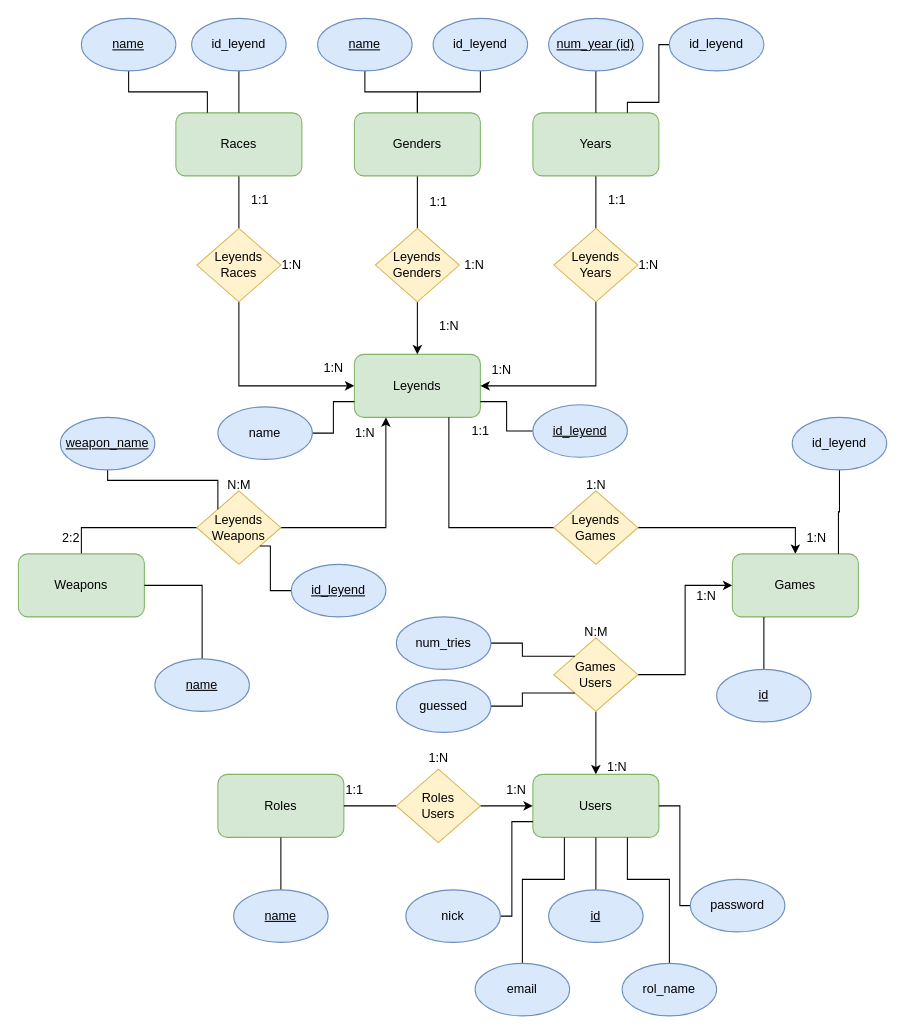
The draw.io diagram SQL/Diagram/Entity–relationship.drawio in Angel-L-G/Brawdle, before the edit. Source tidied: cells renumbered, new cells numbered last; positions are measured from the earlier drawing's top-left corner, leaving out a move shared by most shapes. Both pictures are drawn from the tidied source at 105%, with x=0, y=0 at pixel (18, 18).
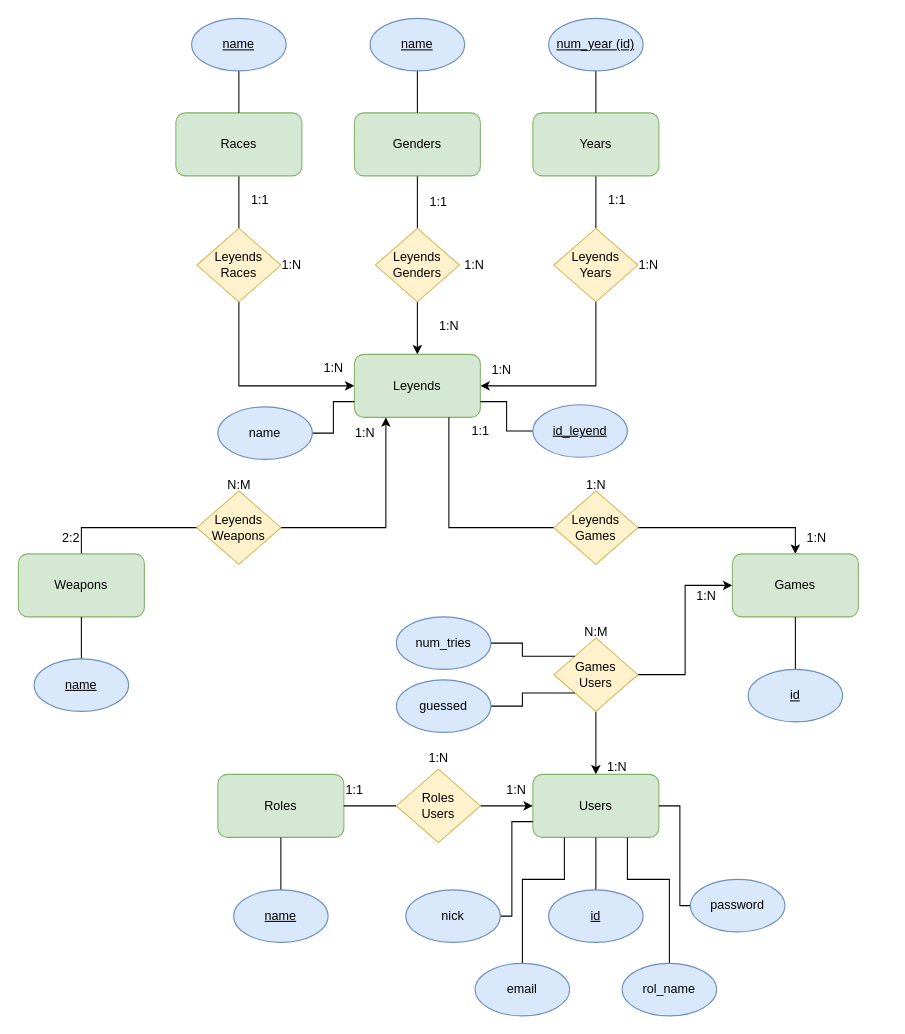
The same page after the edit.

The change refers to these unchanged cells:
```xml
<mxCell id="8" value="Genders" style="rounded=1;whiteSpace=wrap;html=1;fillColor=#d5e8d4;strokeColor=#82b366;" parent="1" vertex="1">
  <mxGeometry x="320" y="90" width="120" height="60" as="geometry" />
</mxCell>
<mxCell id="14" value="Races" style="rounded=1;whiteSpace=wrap;html=1;fillColor=#d5e8d4;strokeColor=#82b366;" parent="1" vertex="1">
  <mxGeometry x="150" y="90" width="120" height="60" as="geometry" />
</mxCell>
<mxCell id="21" value="Years" style="rounded=1;whiteSpace=wrap;html=1;fillColor=#d5e8d4;strokeColor=#82b366;" parent="1" vertex="1">
  <mxGeometry x="490" y="90" width="120" height="60" as="geometry" />
</mxCell>
<mxCell id="27" value="Leyends&lt;br&gt;Weapons" style="rhombus;whiteSpace=wrap;html=1;fillColor=#fff2cc;strokeColor=#d6b656;" parent="1" vertex="1">
  <mxGeometry x="170" y="450" width="80" height="70" as="geometry" />
</mxCell>
<mxCell id="28" value="Weapons" style="rounded=1;whiteSpace=wrap;html=1;fillColor=#d5e8d4;strokeColor=#82b366;" parent="1" vertex="1">
  <mxGeometry y="510" width="120" height="60" as="geometry" />
</mxCell>
<mxCell id="35" value="Games" style="rounded=1;whiteSpace=wrap;html=1;fillColor=#d5e8d4;strokeColor=#82b366;" parent="1" vertex="1">
  <mxGeometry x="680" y="510" width="120" height="60" as="geometry" />
</mxCell>
```

Change to the diagram source:
```diff
@@
-    <mxCell id="7" style="edgeStyle=orthogonalEdgeStyle;rounded=0;jettySize=auto;html=1;endArrow=none;endFill=0;" parent="1" edge="1" source="8" target="58">
-      <mxGeometry relative="1" as="geometry" />
-    </mxCell>
@@
-    <mxCell id="54" style="edgeStyle=orthogonalEdgeStyle;rounded=0;jettySize=auto;html=1;entryX=0.75;entryY=0;entryDx=0;entryDy=0;endArrow=none;endFill=0;" parent="1" edge="1" source="55" target="21">
-      <mxGeometry relative="1" as="geometry">
-        <Array as="points">
-          <mxPoint x="610" y="25" />
-          <mxPoint x="610" y="80" />
-          <mxPoint x="580" y="80" />
-        </Array>
-      </mxGeometry>
-    </mxCell>
-    <mxCell id="55" value="id_leyend" style="ellipse;whiteSpace=wrap;html=1;fillColor=#dae8fc;strokeColor=#6c8ebf;" parent="1" vertex="1">
-      <mxGeometry x="620" width="90" height="50" as="geometry" />
-    </mxCell>
@@
     <mxCell id="57" value="&lt;u&gt;name&lt;/u&gt;" style="ellipse;whiteSpace=wrap;html=1;fillColor=#dae8fc;strokeColor=#6c8ebf;" parent="1" vertex="1">
-      <mxGeometry x="285" width="90" height="50" as="geometry" />
+      <mxGeometry x="335" width="90" height="50" as="geometry" />
     </mxCell>
-    <mxCell id="58" value="id_leyend" style="ellipse;whiteSpace=wrap;html=1;fillColor=#dae8fc;strokeColor=#6c8ebf;" parent="1" vertex="1">
-      <mxGeometry x="395" width="90" height="50" as="geometry" />
-    </mxCell>
-    <mxCell id="59" style="edgeStyle=orthogonalEdgeStyle;rounded=0;jettySize=auto;html=1;entryX=0.25;entryY=0;entryDx=0;entryDy=0;endArrow=none;endFill=0;" parent="1" edge="1" source="60" target="14">
+    <mxCell id="59" style="edgeStyle=orthogonalEdgeStyle;rounded=0;jettySize=auto;html=1;endArrow=none;endFill=0;" parent="1" edge="1" source="60" target="14">
       <mxGeometry relative="1" as="geometry" />
     </mxCell>
     <mxCell id="60" value="&lt;u&gt;name&lt;/u&gt;" style="ellipse;whiteSpace=wrap;html=1;fillColor=#dae8fc;strokeColor=#6c8ebf;" parent="1" vertex="1">
-      <mxGeometry x="60" width="90" height="50" as="geometry" />
+      <mxGeometry x="165" width="90" height="50" as="geometry" />
     </mxCell>
-    <mxCell id="61" style="edgeStyle=orthogonalEdgeStyle;rounded=0;jettySize=auto;html=1;endArrow=none;endFill=0;" parent="1" edge="1" source="62" target="14">
-      <mxGeometry relative="1" as="geometry" />
-    </mxCell>
-    <mxCell id="62" value="id_leyend" style="ellipse;whiteSpace=wrap;html=1;fillColor=#dae8fc;strokeColor=#6c8ebf;" parent="1" vertex="1">
-      <mxGeometry x="165" width="90" height="50" as="geometry" />
-    </mxCell>
@@
-    <mxCell id="68" style="edgeStyle=orthogonalEdgeStyle;rounded=0;jettySize=auto;html=1;entryX=1;entryY=0.5;entryDx=0;entryDy=0;exitX=0.5;exitY=0;exitDx=0;exitDy=0;endArrow=none;endFill=0;" parent="1" edge="1" source="69" target="28">
+    <mxCell id="68" style="edgeStyle=orthogonalEdgeStyle;rounded=0;jettySize=auto;html=1;exitX=0.5;exitY=0;exitDx=0;exitDy=0;endArrow=none;endFill=0;" parent="1" edge="1" source="69" target="28">
       <mxGeometry relative="1" as="geometry" />
     </mxCell>
     <mxCell id="69" value="&lt;u&gt;name&lt;/u&gt;" style="ellipse;whiteSpace=wrap;html=1;fillColor=#dae8fc;strokeColor=#6c8ebf;" parent="1" vertex="1">
-      <mxGeometry x="130" y="610" width="90" height="50" as="geometry" />
+      <mxGeometry x="15" y="610" width="90" height="50" as="geometry" />
     </mxCell>
-    <mxCell id="70" style="edgeStyle=orthogonalEdgeStyle;rounded=0;jettySize=auto;html=1;entryX=0.842;entryY=0;entryDx=0;entryDy=0;entryPerimeter=0;endArrow=none;endFill=0;" parent="1" edge="1" source="71" target="35">
-      <mxGeometry relative="1" as="geometry" />
-    </mxCell>
-    <mxCell id="71" value="id_leyend" style="ellipse;whiteSpace=wrap;html=1;fillColor=#dae8fc;strokeColor=#6c8ebf;" parent="1" vertex="1">
-      <mxGeometry x="737" y="380" width="90" height="50" as="geometry" />
-    </mxCell>
-    <mxCell id="72" style="edgeStyle=orthogonalEdgeStyle;rounded=0;jettySize=auto;html=1;entryX=0.25;entryY=1;entryDx=0;entryDy=0;endArrow=none;endFill=0;" parent="1" edge="1" source="73" target="35">
+    <mxCell id="72" style="edgeStyle=orthogonalEdgeStyle;rounded=0;jettySize=auto;html=1;endArrow=none;endFill=0;" parent="1" edge="1" source="73" target="35">
       <mxGeometry relative="1" as="geometry" />
     </mxCell>
     <mxCell id="73" value="&lt;u&gt;id&lt;/u&gt;" style="ellipse;whiteSpace=wrap;html=1;fillColor=#dae8fc;strokeColor=#6c8ebf;" parent="1" vertex="1">
-      <mxGeometry x="665" y="620" width="90" height="50" as="geometry" />
+      <mxGeometry x="695" y="620" width="90" height="50" as="geometry" />
     </mxCell>
@@
-    <mxCell id="86" style="edgeStyle=orthogonalEdgeStyle;rounded=0;jettySize=auto;html=1;entryX=1;entryY=1;entryDx=0;entryDy=0;endArrow=none;endFill=0;" parent="1" edge="1" source="87" target="27">
-      <mxGeometry relative="1" as="geometry" />
-    </mxCell>
-    <mxCell id="87" value="&lt;u&gt;id_leyend&lt;/u&gt;" style="ellipse;whiteSpace=wrap;html=1;fillColor=#dae8fc;strokeColor=#6c8ebf;" parent="1" vertex="1">
-      <mxGeometry x="260" y="520" width="90" height="50" as="geometry" />
-    </mxCell>
-    <mxCell id="88" style="edgeStyle=orthogonalEdgeStyle;rounded=0;jettySize=auto;html=1;entryX=0;entryY=0;entryDx=0;entryDy=0;endArrow=none;endFill=0;" parent="1" edge="1" source="89" target="27">
-      <mxGeometry relative="1" as="geometry">
-        <Array as="points">
-          <mxPoint x="85" y="440" />
-          <mxPoint x="190" y="440" />
-        </Array>
-      </mxGeometry>
-    </mxCell>
-    <mxCell id="89" value="&lt;u&gt;weapon_name&lt;/u&gt;" style="ellipse;whiteSpace=wrap;html=1;fillColor=#dae8fc;strokeColor=#6c8ebf;" parent="1" vertex="1">
-      <mxGeometry x="40" y="380" width="90" height="50" as="geometry" />
-    </mxCell>
```
